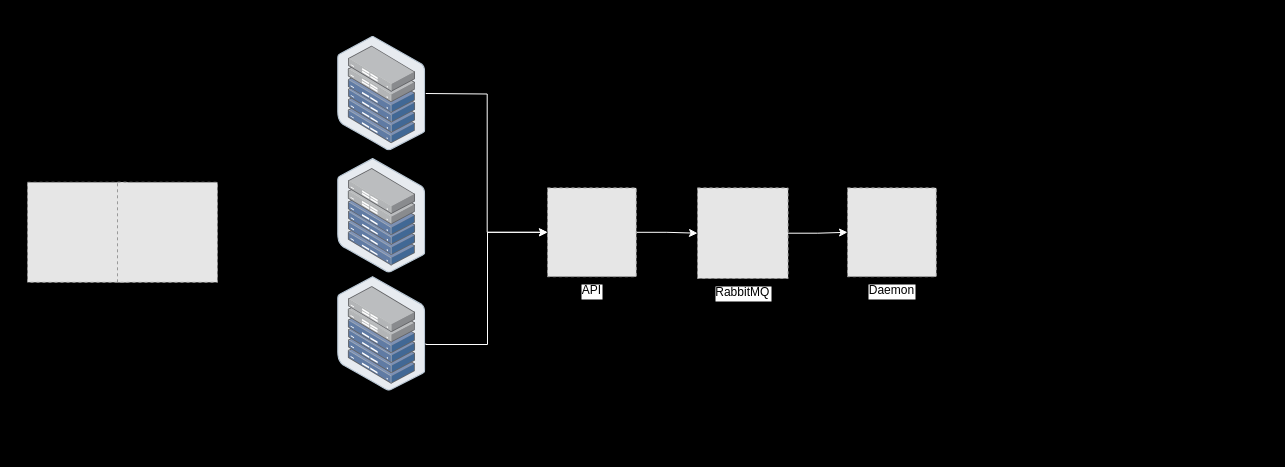
Above: architecture/notification.drawio in TreeStone94/drawio (draw.io), before the change. Source tidied: cells renumbered, new cells numbered last; positions are measured from the earlier drawing's top-left corner, leaving out a move shared by most shapes. Both pictures are drawn from the tidied source at 100%, with x=0, y=0 at pixel (27, 36). Pictures stored in the file or linked from it are replaced by grey dashed boxes.
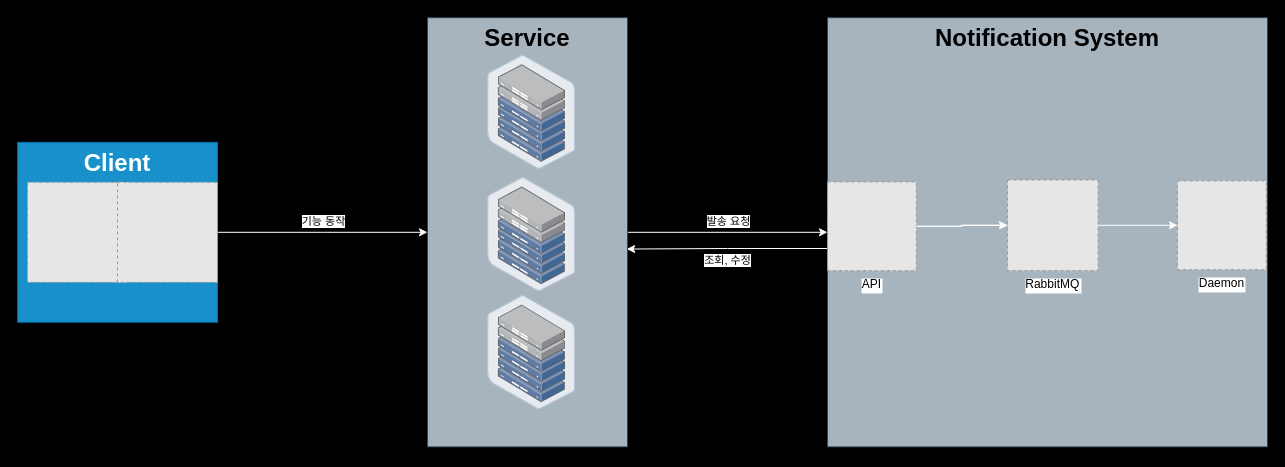
The same diagram, later.

What changed in the source:
```diff
@@
+    <mxCell id="15" style="edgeStyle=orthogonalEdgeStyle;rounded=0;jettySize=auto;html=1;strokeColor=#FFFFFF;" parent="1" edge="1" source="17" target="25">
+      <mxGeometry relative="1" as="geometry" />
+    </mxCell>
+    <mxCell id="16" value="기능 동작" style="edgeLabel;html=1;align=center;verticalAlign=middle;" parent="15" vertex="1">
+      <mxGeometry relative="1" as="geometry">
+        <mxPoint y="-11" as="offset" />
+      </mxGeometry>
+    </mxCell>
+    <mxCell id="17" value="&lt;h1 style=&quot;margin-top: 0px;&quot;&gt;Client&lt;/h1&gt;" style="text;html=1;whiteSpace=wrap;overflow=hidden;rounded=0;fillColor=#1ba1e2;fontColor=#ffffff;strokeColor=#006EAF;opacity=90;align=center;" parent="1" vertex="1">
+      <mxGeometry x="-10" y="105.8" width="200" height="180" as="geometry" />
+    </mxCell>
+    <mxCell id="10" style="fillColor=#E6E6E6;strokeColor=#999999;dashed=1;verticalLabelPosition=bottom;labelBackgroundColor=default;verticalAlign=top;" parent="1" vertex="1">
+      <mxGeometry y="145.8" width="100" height="100" as="geometry" />
+    </mxCell>
+    <mxCell id="11" style="fillColor=#E6E6E6;strokeColor=#999999;dashed=1;verticalLabelPosition=bottom;labelBackgroundColor=default;verticalAlign=top;" parent="1" vertex="1">
+      <mxGeometry x="90" y="145.8" width="100" height="100" as="geometry" />
+    </mxCell>
+    <mxCell id="18" style="edgeStyle=orthogonalEdgeStyle;rounded=0;jettySize=auto;html=1;strokeColor=#FFFFFF;" parent="1" edge="1" source="25" target="23">
+      <mxGeometry relative="1" as="geometry">
+        <Array as="points">
+          <mxPoint x="520" y="175.4" />
+          <mxPoint x="520" y="180.4" />
+        </Array>
+      </mxGeometry>
+    </mxCell>
+    <mxCell id="19" value="발송 요청" style="edgeLabel;html=1;align=center;verticalAlign=middle;" parent="18" vertex="1">
+      <mxGeometry relative="1" as="geometry">
+        <mxPoint y="-11" as="offset" />
+      </mxGeometry>
+    </mxCell>
+    <mxCell id="20" style="edgeStyle=orthogonalEdgeStyle;rounded=0;jettySize=auto;html=1;exitX=0;exitY=0.75;exitDx=0;exitDy=0;entryX=0.996;entryY=0.539;entryDx=0;entryDy=0;entryPerimeter=0;strokeColor=#FFFFFF;" parent="1" edge="1" source="6" target="25">
+      <mxGeometry relative="1" as="geometry" />
+    </mxCell>
+    <mxCell id="21" value="조회, 수정" style="edgeLabel;html=1;align=center;verticalAlign=middle;" parent="20" vertex="1">
+      <mxGeometry relative="1" as="geometry">
+        <mxPoint y="11" as="offset" />
+      </mxGeometry>
+    </mxCell>
+    <mxCell id="22" style="group;" parent="1" vertex="1">
+      <mxGeometry x="800" y="-18.8" width="440" height="429.2" as="geometry" />
+    </mxCell>
+    <mxCell id="23" value="&lt;h1 style=&quot;margin-top: 0px;&quot;&gt;Notification System&lt;/h1&gt;" style="text;html=1;whiteSpace=wrap;overflow=hidden;rounded=0;fillColor=#bac8d3;strokeColor=#23445d;opacity=90;align=center;" parent="22" vertex="1">
+      <mxGeometry width="440" height="429.2" as="geometry" />
+    </mxCell>
-    <mxCell id="2" style="edgeStyle=orthogonalEdgeStyle;rounded=0;jettySize=auto;html=1;strokeColor=#FFFFFF;" parent="1" edge="1" source="3" target="7">
+    <mxCell id="2" style="edgeStyle=orthogonalEdgeStyle;rounded=0;jettySize=auto;html=1;strokeColor=#FFFFFF;" parent="22" edge="1" source="3" target="7">
       <mxGeometry relative="1" as="geometry" />
     </mxCell>
-    <mxCell id="3" value="RabbitMQ" style="fillColor=#E6E6E6;strokeColor=#999999;dashed=1;verticalLabelPosition=bottom;labelBackgroundColor=#ffffff;verticalAlign=top;" parent="1" vertex="1">
-      <mxGeometry x="670" y="151.4" width="90.6" height="90.6" as="geometry" />
+    <mxCell id="3" value="RabbitMQ" style="fillColor=#E6E6E6;strokeColor=#999999;dashed=1;verticalLabelPosition=bottom;labelBackgroundColor=#ffffff;verticalAlign=top;" parent="22" vertex="1">
+      <mxGeometry x="180" y="162.3" width="90.6" height="90.6" as="geometry" />
     </mxCell>
-    <mxCell id="4" style="edgeStyle=orthogonalEdgeStyle;rounded=0;jettySize=auto;html=1;" parent="1" edge="1" source="6" target="3">
-      <mxGeometry relative="1" as="geometry" />
-    </mxCell>
-    <mxCell id="5" style="edgeStyle=orthogonalEdgeStyle;rounded=0;jettySize=auto;html=1;strokeColor=#FFFFFF;" parent="1" edge="1" source="6" target="3">
+    <mxCell id="5" style="edgeStyle=orthogonalEdgeStyle;rounded=0;jettySize=auto;html=1;strokeColor=#FFFFFF;" parent="22" edge="1" source="6" target="3">
       <mxGeometry relative="1" as="geometry" />
     </mxCell>
-    <mxCell id="6" value="API" style="fillColor=#E6E6E6;strokeColor=#999999;dashed=1;verticalLabelPosition=bottom;labelBackgroundColor=default;verticalAlign=top;" parent="1" vertex="1">
-      <mxGeometry x="520" y="151.4" width="88.8" height="88.8" as="geometry" />
+    <mxCell id="6" value="API" style="fillColor=#E6E6E6;strokeColor=#999999;dashed=1;verticalLabelPosition=bottom;labelBackgroundColor=default;verticalAlign=top;" parent="22" vertex="1">
+      <mxGeometry y="164.2" width="88.8" height="88.8" as="geometry" />
     </mxCell>
-    <mxCell id="7" value="Daemon" style="fillColor=#E6E6E6;strokeColor=#999999;dashed=1;verticalLabelPosition=bottom;labelBackgroundColor=default;verticalAlign=top;" parent="1" vertex="1">
-      <mxGeometry x="820" y="151.4" width="88.8" height="88.8" as="geometry" />
+    <mxCell id="7" value="Daemon" style="fillColor=#E6E6E6;strokeColor=#999999;dashed=1;verticalLabelPosition=bottom;labelBackgroundColor=default;verticalAlign=top;" parent="22" vertex="1">
+      <mxGeometry x="350" y="163.2" width="88.8" height="88.8" as="geometry" />
     </mxCell>
-    <mxCell id="8" style="edgeStyle=orthogonalEdgeStyle;rounded=0;jettySize=auto;html=1;entryX=0;entryY=0.5;entryDx=0;entryDy=0;strokeColor=#FFFFFF;" parent="1" edge="1" target="6">
-      <mxGeometry relative="1" as="geometry">
-        <mxPoint x="398.3" y="57" as="sourcePoint" />
-      </mxGeometry>
-    </mxCell>
-    <mxCell id="9" style="edgeStyle=orthogonalEdgeStyle;rounded=0;jettySize=auto;html=1;entryX=0;entryY=0.5;entryDx=0;entryDy=0;strokeColor=#FFFFFF;" parent="1" edge="1" target="6">
-      <mxGeometry relative="1" as="geometry">
-        <mxPoint x="398.3" y="307" as="sourcePoint" />
-        <Array as="points">
-          <mxPoint x="398" y="308" />
-          <mxPoint x="460" y="308" />
-          <mxPoint x="460" y="196" />
-        </Array>
-      </mxGeometry>
-    </mxCell>
-    <mxCell id="10" style="fillColor=#E6E6E6;strokeColor=#999999;dashed=1;verticalLabelPosition=bottom;labelBackgroundColor=default;verticalAlign=top;" parent="1" vertex="1">
-      <mxGeometry y="145.8" width="100" height="100" as="geometry" />
-    </mxCell>
-    <mxCell id="11" style="fillColor=#E6E6E6;strokeColor=#999999;dashed=1;verticalLabelPosition=bottom;labelBackgroundColor=default;verticalAlign=top;" parent="1" vertex="1">
-      <mxGeometry x="90" y="145.8" width="100" height="100" as="geometry" />
-    </mxCell>
+    <mxCell id="4" style="edgeStyle=orthogonalEdgeStyle;rounded=0;jettySize=auto;html=1;strokeColor=#FFFFFF;" parent="22" edge="1" source="6" target="3">
+      <mxGeometry relative="1" as="geometry" />
+    </mxCell>
+    <mxCell id="24" style="group;" parent="1" vertex="1">
+      <mxGeometry x="400" y="-18.8" width="200" height="429.2" as="geometry" />
+    </mxCell>
+    <mxCell id="25" value="&lt;h1 style=&quot;margin-top: 0px;&quot;&gt;Service&lt;/h1&gt;" style="text;html=1;whiteSpace=wrap;overflow=hidden;rounded=0;fillColor=#bac8d3;strokeColor=#23445d;opacity=90;align=center;" parent="24" vertex="1">
+      <mxGeometry width="200" height="429.2" as="geometry" />
+    </mxCell>
-    <mxCell id="12" style="image;html=1;align=center;shadow=0;dashed=0;image=img/lib/allied_telesis/storage/Datacenter_Server_Half_Rack_ToR.svg;" parent="1" vertex="1">
-      <mxGeometry x="310.1" y="-0.3" width="88.2" height="114.6" as="geometry" />
+    <mxCell id="12" style="image;html=1;align=center;shadow=0;dashed=0;image=img/lib/allied_telesis/storage/Datacenter_Server_Half_Rack_ToR.svg;imageBackground=none;" parent="24" vertex="1">
+      <mxGeometry x="60.1" y="37.1" width="88.2" height="114.6" as="geometry" />
     </mxCell>
-    <mxCell id="13" style="image;html=1;align=center;shadow=0;dashed=0;image=img/lib/allied_telesis/storage/Datacenter_Server_Half_Rack_ToR.svg;" parent="1" vertex="1">
-      <mxGeometry x="310.1" y="122" width="88.2" height="114.6" as="geometry" />
+    <mxCell id="13" style="image;html=1;align=center;shadow=0;dashed=0;image=img/lib/allied_telesis/storage/Datacenter_Server_Half_Rack_ToR.svg;" parent="24" vertex="1">
+      <mxGeometry x="60.1" y="159.4" width="88.2" height="114.6" as="geometry" />
     </mxCell>
-    <mxCell id="14" style="image;html=1;align=center;shadow=0;dashed=0;image=img/lib/allied_telesis/storage/Datacenter_Server_Half_Rack_ToR.svg;" parent="1" vertex="1">
-      <mxGeometry x="310.1" y="240.1" width="88.2" height="114.6" as="geometry" />
+    <mxCell id="14" style="image;html=1;align=center;shadow=0;dashed=0;image=img/lib/allied_telesis/storage/Datacenter_Server_Half_Rack_ToR.svg;" parent="24" vertex="1">
+      <mxGeometry x="60.1" y="277.5" width="88.2" height="114.6" as="geometry" />
     </mxCell>
```
